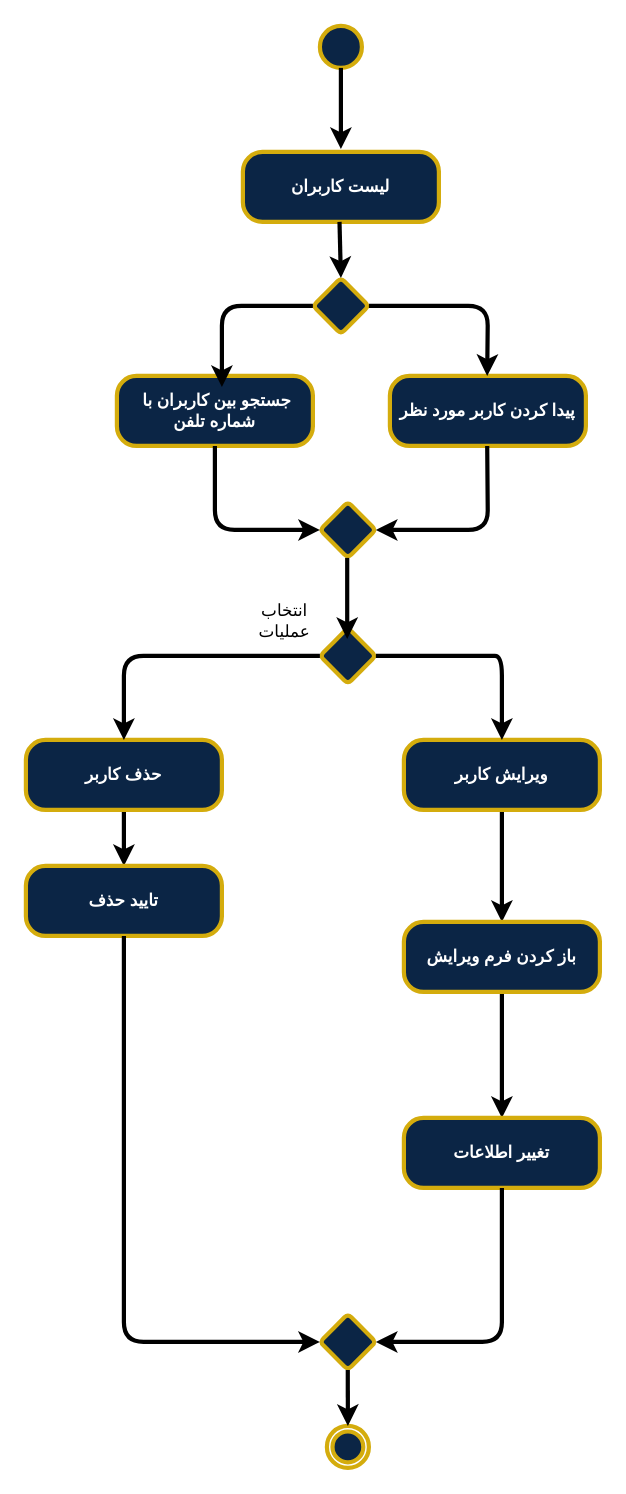
Earlier version of the draw.io diagram page "مدیریت کاربران" (2 of 4) of Documentation/Analysis/Modeling/Functional Models/Super Admin/super admin activity diagram.drawio (TnT74K/Project-SAD). Source tidied: cells renumbered, new cells numbered last; positions are measured from the earlier drawing's top-left corner, leaving out a move shared by most shapes. Both pictures are drawn from the tidied source at 140%, with x=0, y=0 at pixel (25, 25).
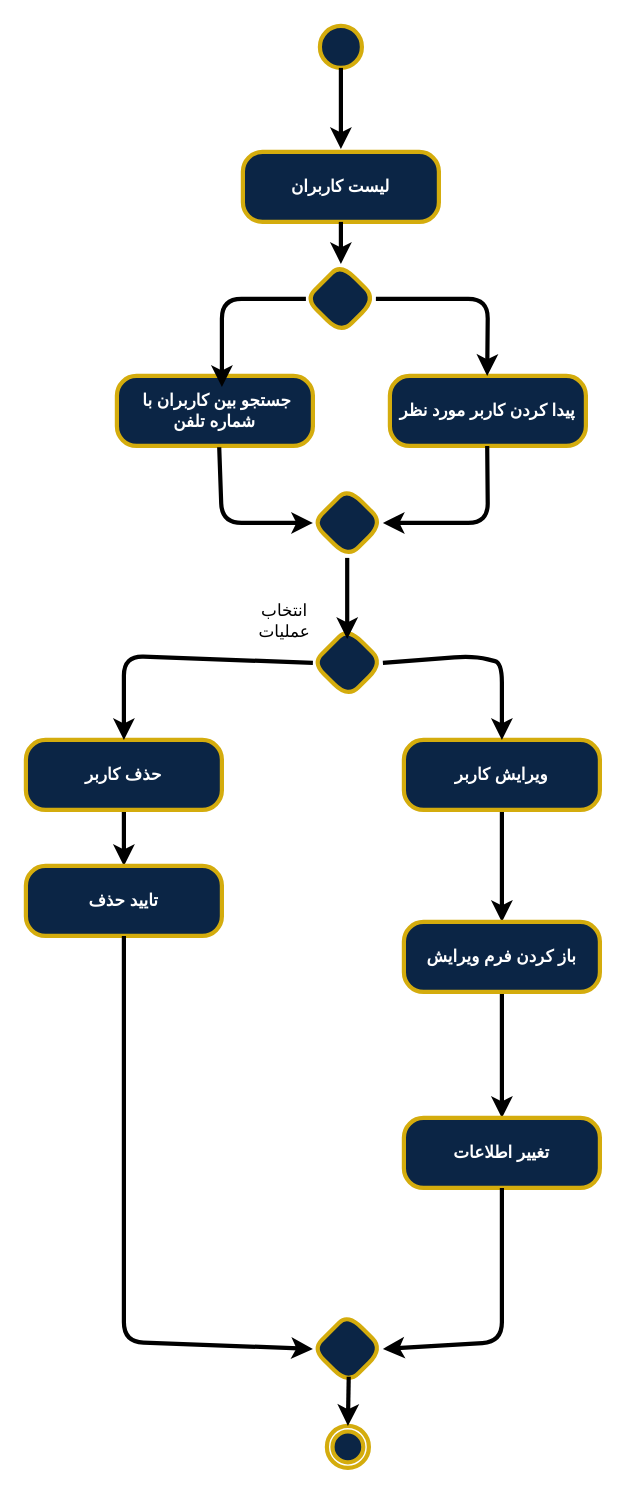
Above is the later version.

The change refers to these unchanged cells:
```xml
<mxCell id="3" value="لیست کاربران" style="html=1;align=center;verticalAlign=middle;rounded=1;arcSize=28;whiteSpace=wrap;strokeColor=light-dark(#D4AC0D,#D4AC0D);strokeWidth=3;fontFamily=zain;fontSize=12;fontColor=light-dark(#FFFFFF,#FFFFFF);fontStyle=1;labelBackgroundColor=none;fillColor=light-dark(#0B2545,#0B2545);" parent="1" vertex="1">
  <mxGeometry x="155" y="90" width="140" height="50" as="geometry" />
</mxCell>
<mxCell id="6" value="&amp;nbsp;جستجو بین کاربران با شماره تلفن" style="html=1;align=center;verticalAlign=middle;rounded=1;arcSize=28;whiteSpace=wrap;strokeColor=light-dark(#D4AC0D,#D4AC0D);strokeWidth=3;fontFamily=zain;fontSize=12;fontColor=light-dark(#FFFFFF,#FFFFFF);fontStyle=1;labelBackgroundColor=none;fillColor=light-dark(#0B2545,#0B2545);" parent="1" vertex="1">
  <mxGeometry x="65" y="250" width="140" height="50" as="geometry" />
</mxCell>
<mxCell id="11" value="ویرایش کاربر" style="html=1;align=center;verticalAlign=middle;rounded=1;arcSize=28;whiteSpace=wrap;strokeColor=light-dark(#D4AC0D,#D4AC0D);strokeWidth=3;fontFamily=zain;fontSize=12;fontColor=light-dark(#FFFFFF,#FFFFFF);fontStyle=1;labelBackgroundColor=none;fillColor=light-dark(#0B2545,#0B2545);" parent="1" vertex="1">
  <mxGeometry x="270" y="510" width="140" height="50" as="geometry" />
</mxCell>
<mxCell id="21" style="ellipse;html=1;shape=endState;fillColor=light-dark(#0B2545,#0B2545);rounded=1;strokeColor=light-dark(#D4AC0D,#D4AC0D);strokeWidth=3;align=center;verticalAlign=middle;arcSize=28;fontFamily=zain;fontSize=12;fontColor=light-dark(#FFFFFF,#FFFFFF);fontStyle=1;labelBackgroundColor=none;" parent="1" vertex="1">
  <mxGeometry x="215" y="1000" width="30" height="30" as="geometry" />
</mxCell>
```

The edit, as a diff of the source:
```diff
@@
-    <mxCell id="5" style="rhombus;rounded=1;strokeColor=light-dark(#D4AC0D,#D4AC0D);strokeWidth=3;align=center;verticalAlign=middle;arcSize=7;fontFamily=zain;fontSize=12;fontColor=light-dark(#FFFFFF,#FFFFFF);fontStyle=1;labelBackgroundColor=none;fillColor=light-dark(#0B2545,#0B2545);" parent="1" vertex="1">
-      <mxGeometry x="205" y="180" width="40" height="40" as="geometry" />
+    <mxCell id="5" style="rhombus;rounded=1;strokeColor=light-dark(#D4AC0D,#D4AC0D);strokeWidth=3;align=center;verticalAlign=middle;arcSize=28;fontFamily=zain;fontSize=12;fontColor=light-dark(#FFFFFF,#FFFFFF);fontStyle=1;labelBackgroundColor=none;fillColor=light-dark(#0B2545,#0B2545);" parent="1" vertex="1">
+      <mxGeometry x="200" y="170" width="50" height="50" as="geometry" />
     </mxCell>
@@
-    <mxCell id="7" style="rhombus;rounded=1;strokeColor=light-dark(#D4AC0D,#D4AC0D);strokeWidth=3;align=center;verticalAlign=middle;arcSize=7;fontFamily=zain;fontSize=12;fontColor=light-dark(#FFFFFF,#FFFFFF);fontStyle=1;labelBackgroundColor=none;fillColor=light-dark(#0B2545,#0B2545);" parent="1" vertex="1">
-      <mxGeometry x="210" y="340" width="40" height="40" as="geometry" />
+    <mxCell id="7" style="rhombus;rounded=1;strokeColor=light-dark(#D4AC0D,#D4AC0D);strokeWidth=3;align=center;verticalAlign=middle;arcSize=28;fontFamily=zain;fontSize=12;fontColor=light-dark(#FFFFFF,#FFFFFF);fontStyle=1;labelBackgroundColor=none;fillColor=light-dark(#0B2545,#0B2545);" parent="1" vertex="1">
+      <mxGeometry x="205" y="330" width="50" height="50" as="geometry" />
     </mxCell>
@@
-    <mxCell id="9" style="rhombus;rounded=1;strokeColor=light-dark(#D4AC0D,#D4AC0D);strokeWidth=3;align=center;verticalAlign=middle;arcSize=7;fontFamily=zain;fontSize=12;fontColor=light-dark(#FFFFFF,#FFFFFF);fontStyle=1;labelBackgroundColor=none;fillColor=light-dark(#0B2545,#0B2545);" parent="1" vertex="1">
-      <mxGeometry x="210" y="430" width="40" height="40" as="geometry" />
+    <mxCell id="9" style="rhombus;rounded=1;strokeColor=light-dark(#D4AC0D,#D4AC0D);strokeWidth=3;align=center;verticalAlign=middle;arcSize=28;fontFamily=zain;fontSize=12;fontColor=light-dark(#FFFFFF,#FFFFFF);fontStyle=1;labelBackgroundColor=none;fillColor=light-dark(#0B2545,#0B2545);" parent="1" vertex="1">
+      <mxGeometry x="205" y="430" width="50" height="50" as="geometry" />
     </mxCell>
@@
-    <mxCell id="20" style="rhombus;rounded=1;strokeColor=light-dark(#D4AC0D,#D4AC0D);strokeWidth=3;align=center;verticalAlign=middle;arcSize=7;fontFamily=zain;fontSize=12;fontColor=light-dark(#FFFFFF,#FFFFFF);fontStyle=1;labelBackgroundColor=none;fillColor=light-dark(#0B2545,#0B2545);" parent="1" vertex="1">
-      <mxGeometry x="210" y="920" width="40" height="40" as="geometry" />
+    <mxCell id="20" style="rhombus;rounded=1;strokeColor=light-dark(#D4AC0D,#D4AC0D);strokeWidth=3;align=center;verticalAlign=middle;arcSize=28;fontFamily=zain;fontSize=12;fontColor=light-dark(#FFFFFF,#FFFFFF);fontStyle=1;labelBackgroundColor=none;fillColor=light-dark(#0B2545,#0B2545);" parent="1" vertex="1">
+      <mxGeometry x="205" y="920" width="50" height="50" as="geometry" />
     </mxCell>
@@
-    <mxCell id="23" style="html=1;verticalAlign=middle;labelBackgroundColor=none;strokeWidth=3;rounded=1;exitX=0.5;exitY=1;exitDx=0;exitDy=0;strokeColor=light-dark(#000000,#D4AC0D);align=center;arcSize=28;fontFamily=zain;fontSize=12;fontColor=light-dark(#FFFFFF,#FFFFFF);fontStyle=1;fillColor=light-dark(#0B2545,#0B2545);entryX=0.5;entryY=0;entryDx=0;entryDy=0;" parent="1" edge="1" target="5">
-      <mxGeometry relative="1" as="geometry">
-        <mxPoint x="224" y="140" as="sourcePoint" />
-      </mxGeometry>
+    <mxCell id="23" style="html=1;verticalAlign=middle;labelBackgroundColor=none;strokeWidth=3;rounded=1;exitX=0.5;exitY=1;exitDx=0;exitDy=0;strokeColor=light-dark(#000000,#D4AC0D);align=center;arcSize=28;fontFamily=zain;fontSize=12;fontColor=light-dark(#FFFFFF,#FFFFFF);fontStyle=1;fillColor=light-dark(#0B2545,#0B2545);entryX=0.5;entryY=0;entryDx=0;entryDy=0;" parent="1" edge="1" source="3" target="5">
+      <mxGeometry relative="1" as="geometry" />
     </mxCell>
     <mxCell id="24" style="html=1;verticalAlign=middle;labelBackgroundColor=none;strokeWidth=3;rounded=1;strokeColor=light-dark(#000000,#D4AC0D);align=center;arcSize=28;fontFamily=zain;fontSize=12;fontColor=light-dark(#FFFFFF,#FFFFFF);fontStyle=1;fillColor=light-dark(#0B2545,#0B2545);exitX=0;exitY=0.5;exitDx=0;exitDy=0;" parent="1" edge="1" source="5">
       <mxGeometry relative="1" as="geometry">
         <mxPoint x="140" y="258" as="targetPoint" />
         <Array as="points">
-          <mxPoint x="140" y="200" />
+          <mxPoint x="140" y="195" />
           <mxPoint x="140" y="230" />
         </Array>
       </mxGeometry>
     </mxCell>
     <mxCell id="25" style="html=1;verticalAlign=middle;labelBackgroundColor=none;strokeWidth=3;rounded=1;exitX=1;exitY=0.5;exitDx=0;exitDy=0;strokeColor=light-dark(#000000,#D4AC0D);align=center;arcSize=28;fontFamily=zain;fontSize=12;fontColor=light-dark(#FFFFFF,#FFFFFF);fontStyle=1;fillColor=light-dark(#0B2545,#0B2545);" parent="1" edge="1" source="5">
       <mxGeometry relative="1" as="geometry">
         <mxPoint x="329.5" y="250" as="targetPoint" />
         <Array as="points">
-          <mxPoint x="330" y="200" />
+          <mxPoint x="330" y="195" />
         </Array>
       </mxGeometry>
     </mxCell>
     <mxCell id="26" style="html=1;verticalAlign=middle;labelBackgroundColor=none;strokeWidth=3;rounded=1;exitX=0.5;exitY=1;exitDx=0;exitDy=0;strokeColor=light-dark(#000000,#D4AC0D);align=center;arcSize=28;fontFamily=zain;fontSize=12;fontColor=light-dark(#FFFFFF,#FFFFFF);fontStyle=1;fillColor=light-dark(#0B2545,#0B2545);entryX=1;entryY=0.5;entryDx=0;entryDy=0;" parent="1" edge="1" target="7">
       <mxGeometry relative="1" as="geometry">
         <mxPoint x="329.5" y="300" as="sourcePoint" />
         <Array as="points">
-          <mxPoint x="330" y="360" />
+          <mxPoint x="330" y="355" />
         </Array>
       </mxGeometry>
     </mxCell>
-    <mxCell id="27" style="html=1;verticalAlign=middle;labelBackgroundColor=none;strokeWidth=3;rounded=1;strokeColor=light-dark(#000000,#D4AC0D);align=center;arcSize=28;fontFamily=zain;fontSize=12;fontColor=light-dark(#FFFFFF,#FFFFFF);fontStyle=1;fillColor=light-dark(#0B2545,#0B2545);entryX=0;entryY=0.5;entryDx=0;entryDy=0;exitX=0.5;exitY=1;exitDx=0;exitDy=0;" parent="1" edge="1" source="6" target="7">
+    <mxCell id="27" style="html=1;verticalAlign=middle;labelBackgroundColor=none;strokeWidth=3;rounded=1;strokeColor=light-dark(#000000,#D4AC0D);align=center;arcSize=28;fontFamily=zain;fontSize=12;fontColor=light-dark(#FFFFFF,#FFFFFF);fontStyle=1;fillColor=light-dark(#0B2545,#0B2545);entryX=0;entryY=0.5;entryDx=0;entryDy=0;exitX=0.522;exitY=1.019;exitDx=0;exitDy=0;exitPerimeter=0;" parent="1" edge="1" source="6" target="7">
       <mxGeometry relative="1" as="geometry">
         <Array as="points">
-          <mxPoint x="135" y="360" />
+          <mxPoint x="140" y="355" />
         </Array>
       </mxGeometry>
     </mxCell>
@@
     <mxCell id="29" style="html=1;verticalAlign=middle;labelBackgroundColor=none;strokeWidth=3;rounded=1;exitX=1;exitY=0.5;exitDx=0;exitDy=0;strokeColor=light-dark(#000000,#D4AC0D);align=center;arcSize=28;fontFamily=zain;fontSize=12;fontColor=light-dark(#FFFFFF,#FFFFFF);fontStyle=1;fillColor=light-dark(#0B2545,#0B2545);entryX=0.5;entryY=0;entryDx=0;entryDy=0;" parent="1" edge="1" source="9" target="11">
       <mxGeometry relative="1" as="geometry">
         <Array as="points">
           <mxPoint x="320" y="450" />
-          <mxPoint x="340" y="450" />
+          <mxPoint x="340" y="455" />
         </Array>
       </mxGeometry>
     </mxCell>
@@
-    <mxCell id="31" style="html=1;verticalAlign=middle;labelBackgroundColor=none;strokeWidth=3;rounded=1;strokeColor=light-dark(#000000,#D4AC0D);align=center;arcSize=28;fontFamily=zain;fontSize=12;fontColor=light-dark(#FFFFFF,#FFFFFF);fontStyle=1;fillColor=light-dark(#0B2545,#0B2545);entryX=0.5;entryY=0;entryDx=0;entryDy=0;" parent="1" edge="1" target="21">
-      <mxGeometry relative="1" as="geometry">
-        <mxPoint x="229.9" y="960" as="sourcePoint" />
-      </mxGeometry>
+    <mxCell id="31" style="html=1;verticalAlign=middle;labelBackgroundColor=none;strokeWidth=3;rounded=1;strokeColor=light-dark(#000000,#D4AC0D);align=center;arcSize=28;fontFamily=zain;fontSize=12;fontColor=light-dark(#FFFFFF,#FFFFFF);fontStyle=1;fillColor=light-dark(#0B2545,#0B2545);entryX=0.5;entryY=0;entryDx=0;entryDy=0;exitX=0.512;exitY=0.899;exitDx=0;exitDy=0;exitPerimeter=0;" parent="1" edge="1" source="20" target="21">
+      <mxGeometry relative="1" as="geometry" />
     </mxCell>
```
